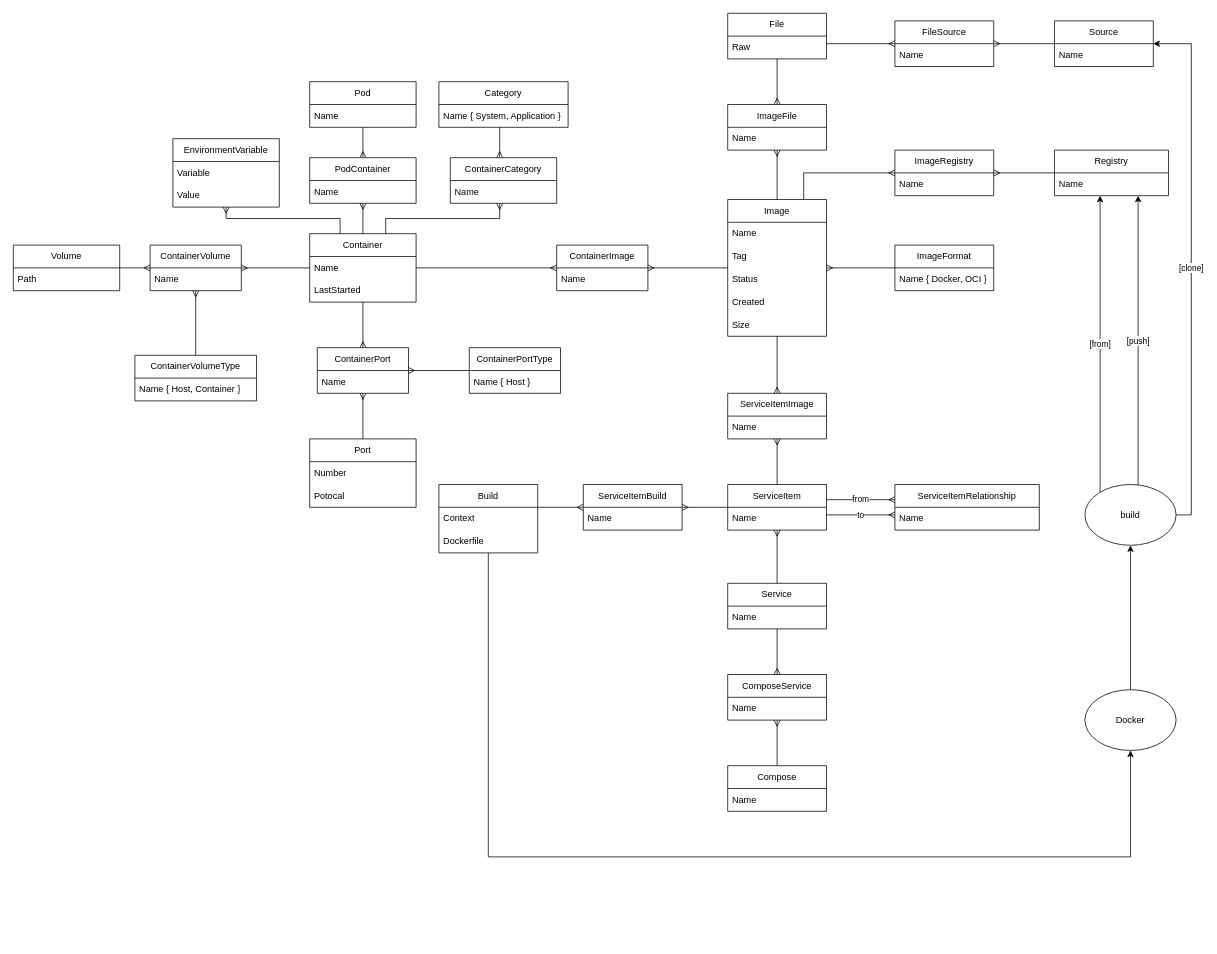
The draw.io diagram kubernetes.drawio in chavp/data-modeling, before the edit. Source tidied: cells renumbered, new cells numbered last; positions are measured from the earlier drawing's top-left corner, leaving out a move shared by most shapes. Both pictures are drawn from the tidied source at 76%, with x=0, y=0 at pixel (13, 13).
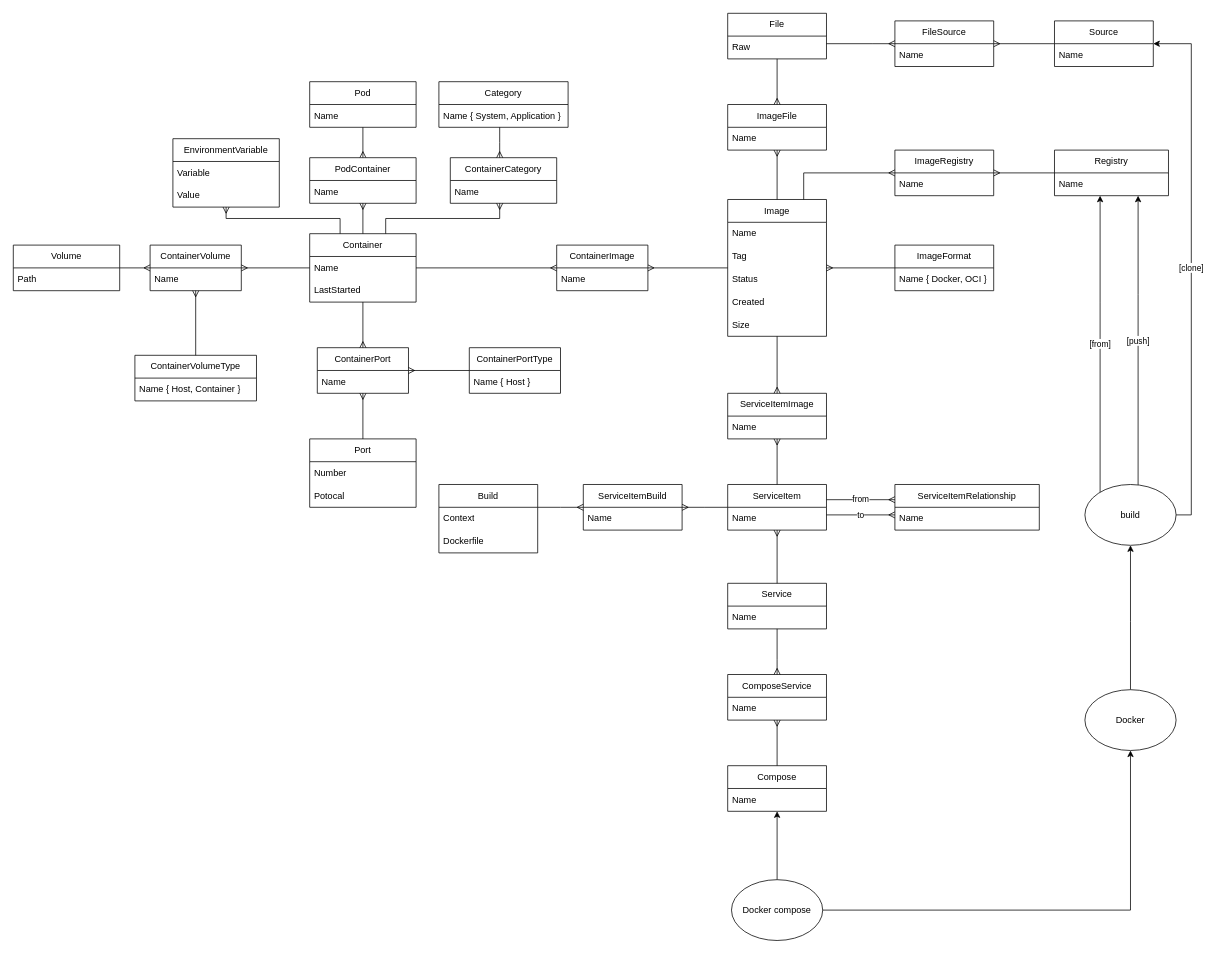
The same diagram, later.

The change refers to these unchanged cells:
```xml
<mxCell id="70" value="Docker" style="ellipse;whiteSpace=wrap;html=1;" parent="1" vertex="1">
  <mxGeometry x="1410" y="890" width="120" height="80" as="geometry" />
</mxCell>
<mxCell id="87" value="Build" style="swimlane;fontStyle=0;horizontal=1;startSize=30;whiteSpace=wrap;html=1;" parent="1" vertex="1">
  <mxGeometry x="560" y="620" width="130" height="90" as="geometry" />
</mxCell>
<mxCell id="98" value="Compose" style="swimlane;fontStyle=0;horizontal=1;startSize=30;whiteSpace=wrap;html=1;" parent="1" vertex="1">
  <mxGeometry x="940" y="990" width="130" height="60" as="geometry" />
</mxCell>
```

The edit, as a diff of the source:
```diff
@@
-    <mxCell id="86" style="edgeStyle=orthogonalEdgeStyle;rounded=0;jettySize=auto;html=1;" parent="1" edge="1" source="87" target="70">
-      <mxGeometry relative="1" as="geometry">
-        <Array as="points">
-          <mxPoint x="625" y="1110" />
-          <mxPoint x="1470" y="1110" />
-        </Array>
-      </mxGeometry>
-    </mxCell>
@@
+    <mxCell id="104" style="edgeStyle=orthogonalEdgeStyle;rounded=0;jettySize=auto;html=1;" parent="1" edge="1" source="106" target="98">
+      <mxGeometry relative="1" as="geometry" />
+    </mxCell>
+    <mxCell id="105" style="edgeStyle=orthogonalEdgeStyle;rounded=0;jettySize=auto;html=1;" parent="1" edge="1" source="106" target="70">
+      <mxGeometry relative="1" as="geometry" />
+    </mxCell>
+    <mxCell id="106" value="Docker compose" style="ellipse;whiteSpace=wrap;html=1;" parent="1" vertex="1">
+      <mxGeometry x="945" y="1140" width="120" height="80" as="geometry" />
+    </mxCell>
```
